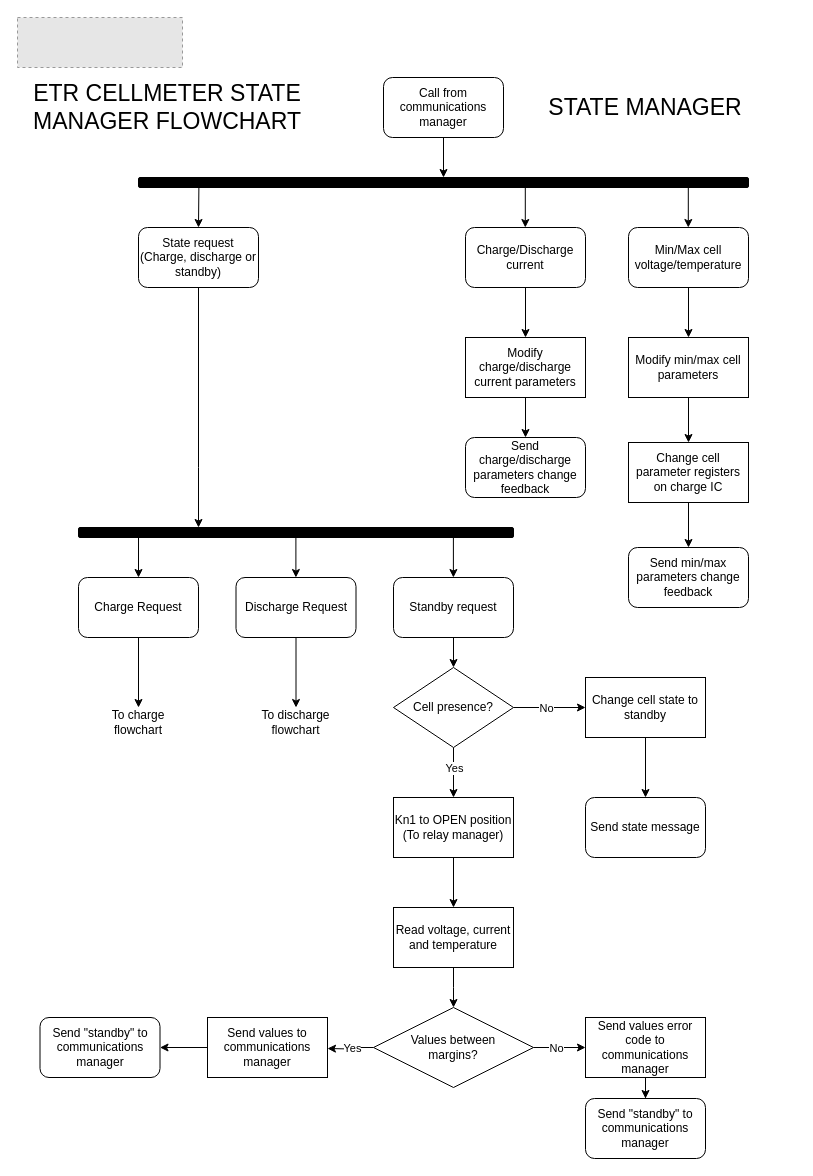
Before: page "State Manager" (1 of 3) of SW/1_Design Documents/State_manager_flowchart.drawio in eTechRacing/CAPACIMETER, a draw.io diagram. Source tidied: cells renumbered, new cells numbered last; positions are measured from the earlier drawing's top-left corner, leaving out a move shared by most shapes. Both pictures are drawn from the tidied source at 100%, with x=0, y=0 at pixel (17, 17). Pictures stored in the file or linked from it are replaced by grey dashed boxes.
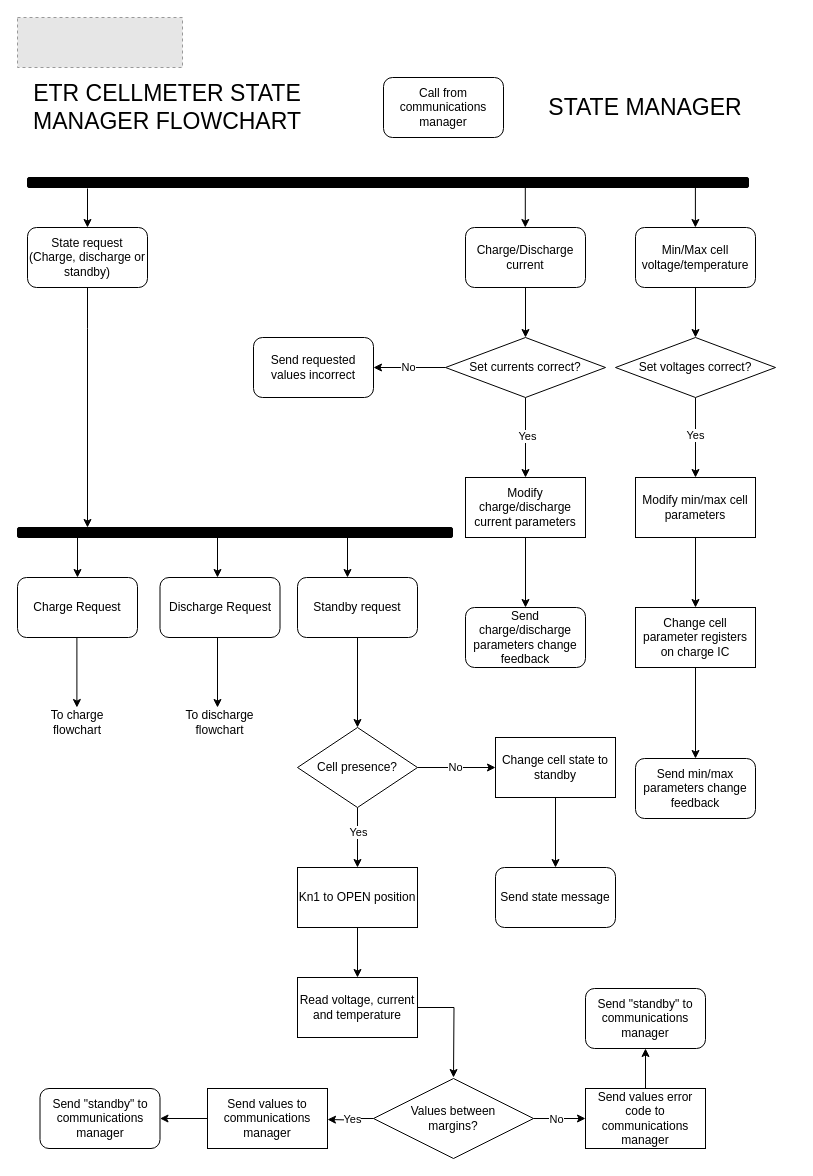
Above is the later version.

Unchanged cells that the change refers to:
```xml
<mxCell id="5" value="Call from communications manager" style="rounded=1;whiteSpace=wrap;html=1;" parent="1" vertex="1">
  <mxGeometry x="366" y="60" width="120" height="60" as="geometry" />
</mxCell>
<mxCell id="10" value="Charge/Discharge current" style="rounded=1;whiteSpace=wrap;html=1;" parent="1" vertex="1">
  <mxGeometry x="448" y="210" width="120" height="60" as="geometry" />
</mxCell>
```

What changed in the source:
```diff
@@
-    <mxCell id="4" style="edgeStyle=orthogonalEdgeStyle;rounded=0;jettySize=auto;html=1;" parent="1" edge="1" source="5" target="6">
-      <mxGeometry relative="1" as="geometry" />
-    </mxCell>
@@
     <mxCell id="6" style="rounded=1;whiteSpace=wrap;html=1;fillStyle=solid;fillColor=#000000;" parent="1" vertex="1">
-      <mxGeometry x="121" y="160" width="610" height="10" as="geometry" />
+      <mxGeometry x="10" y="160" width="721" height="10" as="geometry" />
     </mxCell>
     <mxCell id="7" style="edgeStyle=orthogonalEdgeStyle;rounded=0;jettySize=auto;html=1;" parent="1" edge="1" source="8" target="16">
       <mxGeometry relative="1" as="geometry">
         <Array as="points">
-          <mxPoint x="181" y="450" />
-          <mxPoint x="181" y="450" />
+          <mxPoint x="70" y="311" />
+          <mxPoint x="70" y="311" />
         </Array>
       </mxGeometry>
     </mxCell>
     <mxCell id="8" value="State request (Charge, discharge or standby)" style="rounded=1;whiteSpace=wrap;html=1;" parent="1" vertex="1">
-      <mxGeometry x="121" y="210" width="120" height="60" as="geometry" />
+      <mxGeometry x="10" y="210" width="120" height="60" as="geometry" />
     </mxCell>
-    <mxCell id="9" style="edgeStyle=orthogonalEdgeStyle;rounded=0;jettySize=auto;html=1;" parent="1" edge="1" source="10" target="49">
-      <mxGeometry relative="1" as="geometry" />
-    </mxCell>
+    <mxCell id="61" style="edgeStyle=orthogonalEdgeStyle;rounded=0;jettySize=auto;html=1;" parent="1" edge="1" source="10" target="69">
+      <mxGeometry relative="1" as="geometry" />
+    </mxCell>
@@
-    <mxCell id="11" style="edgeStyle=orthogonalEdgeStyle;rounded=0;jettySize=auto;html=1;" parent="1" edge="1" source="12" target="51">
-      <mxGeometry relative="1" as="geometry" />
-    </mxCell>
+    <mxCell id="62" style="edgeStyle=orthogonalEdgeStyle;rounded=0;jettySize=auto;html=1;" parent="1" edge="1" source="12" target="72">
+      <mxGeometry relative="1" as="geometry" />
+    </mxCell>
     <mxCell id="12" value="Min/Max cell voltage/temperature" style="rounded=1;whiteSpace=wrap;html=1;" parent="1" vertex="1">
-      <mxGeometry x="611" y="210" width="120" height="60" as="geometry" />
+      <mxGeometry x="618" y="210" width="120" height="60" as="geometry" />
     </mxCell>
-    <mxCell id="13" style="endArrow=classic;html=1;rounded=0;entryX=0.5;entryY=0;entryDx=0;entryDy=0;exitX=0.099;exitY=1.045;exitDx=0;exitDy=0;exitPerimeter=0;" parent="1" edge="1" source="6" target="8">
-      <mxGeometry relative="1" as="geometry" />
+    <mxCell id="13" style="endArrow=classic;html=1;rounded=0;entryX=0.5;entryY=0;entryDx=0;entryDy=0;" parent="1" edge="1" target="8">
+      <mxGeometry relative="1" as="geometry">
+        <mxPoint x="70" y="171" as="sourcePoint" />
+      </mxGeometry>
     </mxCell>
@@
     <mxCell id="15" style="endArrow=classic;html=1;rounded=0;entryX=0.5;entryY=0;entryDx=0;entryDy=0;exitX=0.099;exitY=1.045;exitDx=0;exitDy=0;exitPerimeter=0;" parent="1" edge="1">
       <mxGeometry relative="1" as="geometry">
-        <mxPoint x="670.8" y="170" as="sourcePoint" />
-        <mxPoint x="670.8" y="210" as="targetPoint" />
+        <mxPoint x="677.9" y="170" as="sourcePoint" />
+        <mxPoint x="677.9" y="210" as="targetPoint" />
       </mxGeometry>
     </mxCell>
     <mxCell id="16" style="rounded=1;whiteSpace=wrap;html=1;fillStyle=solid;fillColor=#000000;" parent="1" vertex="1">
-      <mxGeometry x="61" y="510" width="435" height="10" as="geometry" />
+      <mxGeometry y="510" width="435" height="10" as="geometry" />
     </mxCell>
     <mxCell id="17" value="Charge Request" style="rounded=1;whiteSpace=wrap;html=1;" parent="1" vertex="1">
-      <mxGeometry x="61" y="560" width="120" height="60" as="geometry" />
+      <mxGeometry y="560" width="120" height="60" as="geometry" />
     </mxCell>
     <mxCell id="18" value="Discharge Request" style="rounded=1;whiteSpace=wrap;html=1;" parent="1" vertex="1">
-      <mxGeometry x="218.5" y="560" width="120" height="60" as="geometry" />
+      <mxGeometry x="142.5" y="560" width="120" height="60" as="geometry" />
     </mxCell>
@@
     <mxCell id="20" value="Standby request" style="rounded=1;whiteSpace=wrap;html=1;" parent="1" vertex="1">
-      <mxGeometry x="376" y="560" width="120" height="60" as="geometry" />
+      <mxGeometry x="280" y="560" width="120" height="60" as="geometry" />
     </mxCell>
@@
     <mxCell id="23" style="endArrow=classic;html=1;rounded=0;exitX=0.138;exitY=1.004;exitDx=0;exitDy=0;exitPerimeter=0;entryX=0.5;entryY=0;entryDx=0;entryDy=0;" parent="1" edge="1">
       <mxGeometry relative="1" as="geometry">
-        <mxPoint x="278.4" y="520" as="sourcePoint" />
-        <mxPoint x="278.4" y="560" as="targetPoint" />
+        <mxPoint x="200" y="520" as="sourcePoint" />
+        <mxPoint x="200" y="560" as="targetPoint" />
       </mxGeometry>
     </mxCell>
     <mxCell id="24" style="endArrow=classic;html=1;rounded=0;exitX=0.138;exitY=1.004;exitDx=0;exitDy=0;exitPerimeter=0;entryX=0.5;entryY=0;entryDx=0;entryDy=0;" parent="1" edge="1">
       <mxGeometry relative="1" as="geometry">
-        <mxPoint x="435.9" y="520" as="sourcePoint" />
-        <mxPoint x="435.9" y="560" as="targetPoint" />
+        <mxPoint x="330" y="520" as="sourcePoint" />
+        <mxPoint x="330" y="560" as="targetPoint" />
       </mxGeometry>
     </mxCell>
     <mxCell id="25" style="endArrow=classic;html=1;rounded=0;" parent="1" edge="1">
       <mxGeometry relative="1" as="geometry">
-        <mxPoint x="121" y="620" as="sourcePoint" />
-        <mxPoint x="121" y="690" as="targetPoint" />
+        <mxPoint x="59.4" y="620" as="sourcePoint" />
+        <mxPoint x="59.4" y="690" as="targetPoint" />
       </mxGeometry>
     </mxCell>
     <mxCell id="26" value="To charge flowchart" style="text;html=1;align=center;verticalAlign=middle;whiteSpace=wrap;rounded=0;" parent="1" vertex="1">
-      <mxGeometry x="91" y="690" width="60" height="30" as="geometry" />
+      <mxGeometry x="30" y="690" width="60" height="30" as="geometry" />
     </mxCell>
     <mxCell id="27" style="endArrow=classic;html=1;rounded=0;" parent="1" edge="1">
       <mxGeometry relative="1" as="geometry">
-        <mxPoint x="278.5" y="620" as="sourcePoint" />
-        <mxPoint x="278.5" y="690" as="targetPoint" />
+        <mxPoint x="200" y="620" as="sourcePoint" />
+        <mxPoint x="200" y="690" as="targetPoint" />
       </mxGeometry>
     </mxCell>
     <mxCell id="28" value="To discharge flowchart" style="text;html=1;align=center;verticalAlign=middle;whiteSpace=wrap;rounded=0;" parent="1" vertex="1">
-      <mxGeometry x="232.2" y="690" width="92.5" height="30" as="geometry" />
+      <mxGeometry x="156.2" y="690" width="92.5" height="30" as="geometry" />
     </mxCell>
@@
-    <mxCell id="30" value="Kn1 to OPEN position (To relay manager)" style="rounded=0;whiteSpace=wrap;html=1;" parent="1" vertex="1">
-      <mxGeometry x="376" y="780" width="120" height="60" as="geometry" />
+    <mxCell id="30" value="Kn1 to OPEN position" style="rounded=0;whiteSpace=wrap;html=1;" parent="1" vertex="1">
+      <mxGeometry x="280" y="850" width="120" height="60" as="geometry" />
     </mxCell>
     <mxCell id="31" style="edgeStyle=orthogonalEdgeStyle;rounded=0;jettySize=auto;html=1;" parent="1" edge="1" source="32">
       <mxGeometry relative="1" as="geometry">
-        <mxPoint x="436" y="990" as="targetPoint" />
+        <mxPoint x="436" y="1060" as="targetPoint" />
       </mxGeometry>
     </mxCell>
     <mxCell id="32" value="Read voltage, current and temperature" style="rounded=0;whiteSpace=wrap;html=1;" parent="1" vertex="1">
-      <mxGeometry x="376" y="890" width="120" height="60" as="geometry" />
+      <mxGeometry x="280" y="960" width="120" height="60" as="geometry" />
     </mxCell>
@@
-    <mxCell id="35" style="edgeStyle=orthogonalEdgeStyle;rounded=0;jettySize=auto;html=1;" parent="1" edge="1" source="37">
-      <mxGeometry relative="1" as="geometry">
-        <mxPoint x="568" y="690" as="targetPoint" />
-      </mxGeometry>
-    </mxCell>
-    <mxCell id="36" value="No" style="edgeLabel;html=1;align=center;verticalAlign=middle;" parent="35" vertex="1">
-      <mxGeometry x="-0.13" y="1" relative="1" as="geometry">
-        <mxPoint y="1" as="offset" />
-      </mxGeometry>
-    </mxCell>
+    <mxCell id="63" style="edgeStyle=orthogonalEdgeStyle;rounded=0;jettySize=auto;html=1;" parent="1" edge="1" source="37" target="39">
+      <mxGeometry relative="1" as="geometry" />
+    </mxCell>
+    <mxCell id="64" value="No" style="edgeLabel;html=1;align=center;verticalAlign=middle;" parent="63" vertex="1">
+      <mxGeometry x="-0.05" y="1" relative="1" as="geometry" />
+    </mxCell>
     <mxCell id="37" value="Cell presence?" style="rhombus;whiteSpace=wrap;html=1;" parent="1" vertex="1">
-      <mxGeometry x="376" y="650" width="120" height="80" as="geometry" />
+      <mxGeometry x="280" y="710" width="120" height="80" as="geometry" />
     </mxCell>
@@
     <mxCell id="39" value="Change cell state to standby" style="rounded=0;whiteSpace=wrap;html=1;" parent="1" vertex="1">
-      <mxGeometry x="568" y="660" width="120" height="60" as="geometry" />
+      <mxGeometry x="478" y="720" width="120" height="60" as="geometry" />
     </mxCell>
     <mxCell id="40" value="Send state message" style="rounded=1;whiteSpace=wrap;html=1;" parent="1" vertex="1">
-      <mxGeometry x="568" y="780" width="120" height="60" as="geometry" />
+      <mxGeometry x="478" y="850" width="120" height="60" as="geometry" />
     </mxCell>
     <mxCell id="41" style="edgeStyle=orthogonalEdgeStyle;rounded=0;jettySize=auto;html=1;" parent="1" edge="1" source="45">
       <mxGeometry relative="1" as="geometry">
-        <mxPoint x="310" y="1031" as="targetPoint" />
+        <mxPoint x="310" y="1102" as="targetPoint" />
       </mxGeometry>
     </mxCell>
@@
     <mxCell id="43" style="edgeStyle=orthogonalEdgeStyle;rounded=0;jettySize=auto;html=1;" parent="1" edge="1" source="45">
       <mxGeometry relative="1" as="geometry">
-        <mxPoint x="568" y="1030" as="targetPoint" />
+        <mxPoint x="568" y="1101" as="targetPoint" />
       </mxGeometry>
     </mxCell>
@@
     <mxCell id="45" value="Values between&lt;div&gt;&lt;span style=&quot;background-color: initial;&quot;&gt;margins?&lt;/span&gt;&lt;/div&gt;" style="rhombus;whiteSpace=wrap;html=1;" parent="1" vertex="1">
-      <mxGeometry x="356" y="990" width="160" height="80" as="geometry" />
+      <mxGeometry x="356" y="1061" width="160" height="80" as="geometry" />
     </mxCell>
@@
     <mxCell id="47" value="Send values to communications manager" style="rounded=0;whiteSpace=wrap;html=1;" parent="1" vertex="1">
-      <mxGeometry x="190" y="1000" width="120" height="60" as="geometry" />
+      <mxGeometry x="190" y="1071" width="120" height="60" as="geometry" />
     </mxCell>
@@
     <mxCell id="49" value="Modify charge/discharge current parameters" style="rounded=0;whiteSpace=wrap;html=1;" parent="1" vertex="1">
-      <mxGeometry x="448" y="320" width="120" height="60" as="geometry" />
+      <mxGeometry x="448" y="460" width="120" height="60" as="geometry" />
     </mxCell>
@@
     <mxCell id="51" value="Modify min/max cell parameters" style="rounded=0;whiteSpace=wrap;html=1;" parent="1" vertex="1">
-      <mxGeometry x="611" y="320" width="120" height="60" as="geometry" />
+      <mxGeometry x="618" y="460" width="120" height="60" as="geometry" />
     </mxCell>
     <mxCell id="52" value="Send charge/discharge parameters change feedback" style="rounded=1;whiteSpace=wrap;html=1;" parent="1" vertex="1">
-      <mxGeometry x="448" y="420" width="120" height="60" as="geometry" />
+      <mxGeometry x="448" y="590" width="120" height="60" as="geometry" />
     </mxCell>
     <mxCell id="53" value="Send min/max parameters change feedback" style="rounded=1;whiteSpace=wrap;html=1;" parent="1" vertex="1">
-      <mxGeometry x="611" y="530" width="120" height="60" as="geometry" />
+      <mxGeometry x="618" y="741" width="120" height="60" as="geometry" />
     </mxCell>
@@
     <mxCell id="55" value="Change cell parameter registers on charge IC" style="rounded=0;whiteSpace=wrap;html=1;" parent="1" vertex="1">
-      <mxGeometry x="611" y="425" width="120" height="60" as="geometry" />
+      <mxGeometry x="618" y="590" width="120" height="60" as="geometry" />
     </mxCell>
@@
     <mxCell id="58" value="Send values error code to communications manager" style="rounded=0;whiteSpace=wrap;html=1;" parent="1" vertex="1">
-      <mxGeometry x="568" y="1000" width="120" height="60" as="geometry" />
+      <mxGeometry x="568" y="1071" width="120" height="60" as="geometry" />
     </mxCell>
     <mxCell id="59" value="Send &quot;standby&quot; to communications manager" style="rounded=1;whiteSpace=wrap;html=1;" parent="1" vertex="1">
-      <mxGeometry x="568" y="1081" width="120" height="60" as="geometry" />
+      <mxGeometry x="568" y="971" width="120" height="60" as="geometry" />
     </mxCell>
     <mxCell id="60" value="Send &quot;standby&quot; to communications manager" style="rounded=1;whiteSpace=wrap;html=1;" parent="1" vertex="1">
-      <mxGeometry x="22.5" y="1000" width="120" height="60" as="geometry" />
+      <mxGeometry x="22.5" y="1071" width="120" height="60" as="geometry" />
     </mxCell>
+    <mxCell id="65" style="edgeStyle=orthogonalEdgeStyle;rounded=0;jettySize=auto;html=1;" parent="1" edge="1" source="69" target="49">
+      <mxGeometry relative="1" as="geometry" />
+    </mxCell>
+    <mxCell id="66" value="Yes" style="edgeLabel;html=1;align=center;verticalAlign=middle;" parent="65" vertex="1">
+      <mxGeometry x="-0.06" y="1" relative="1" as="geometry" />
+    </mxCell>
+    <mxCell id="67" style="edgeStyle=orthogonalEdgeStyle;rounded=0;jettySize=auto;html=1;" parent="1" edge="1" source="69" target="73">
+      <mxGeometry relative="1" as="geometry" />
+    </mxCell>
+    <mxCell id="68" value="No" style="edgeLabel;html=1;align=center;verticalAlign=middle;" parent="67" vertex="1">
+      <mxGeometry x="0.06" y="-1" relative="1" as="geometry" />
+    </mxCell>
+    <mxCell id="69" value="Set currents correct?" style="rhombus;whiteSpace=wrap;html=1;" parent="1" vertex="1">
+      <mxGeometry x="428" y="320" width="160" height="60" as="geometry" />
+    </mxCell>
+    <mxCell id="70" style="edgeStyle=orthogonalEdgeStyle;rounded=0;jettySize=auto;html=1;" parent="1" edge="1" source="72" target="51">
+      <mxGeometry relative="1" as="geometry" />
+    </mxCell>
+    <mxCell id="71" value="Yes" style="edgeLabel;html=1;align=center;verticalAlign=middle;" parent="70" vertex="1">
+      <mxGeometry x="-0.08" y="-1" relative="1" as="geometry" />
+    </mxCell>
+    <mxCell id="72" value="Set voltages correct?" style="rhombus;whiteSpace=wrap;html=1;" parent="1" vertex="1">
+      <mxGeometry x="598" y="320" width="160" height="60" as="geometry" />
+    </mxCell>
+    <mxCell id="73" value="Send requested values incorrect" style="rounded=1;whiteSpace=wrap;html=1;" parent="1" vertex="1">
+      <mxGeometry x="236" y="320" width="120" height="60" as="geometry" />
+    </mxCell>
```
